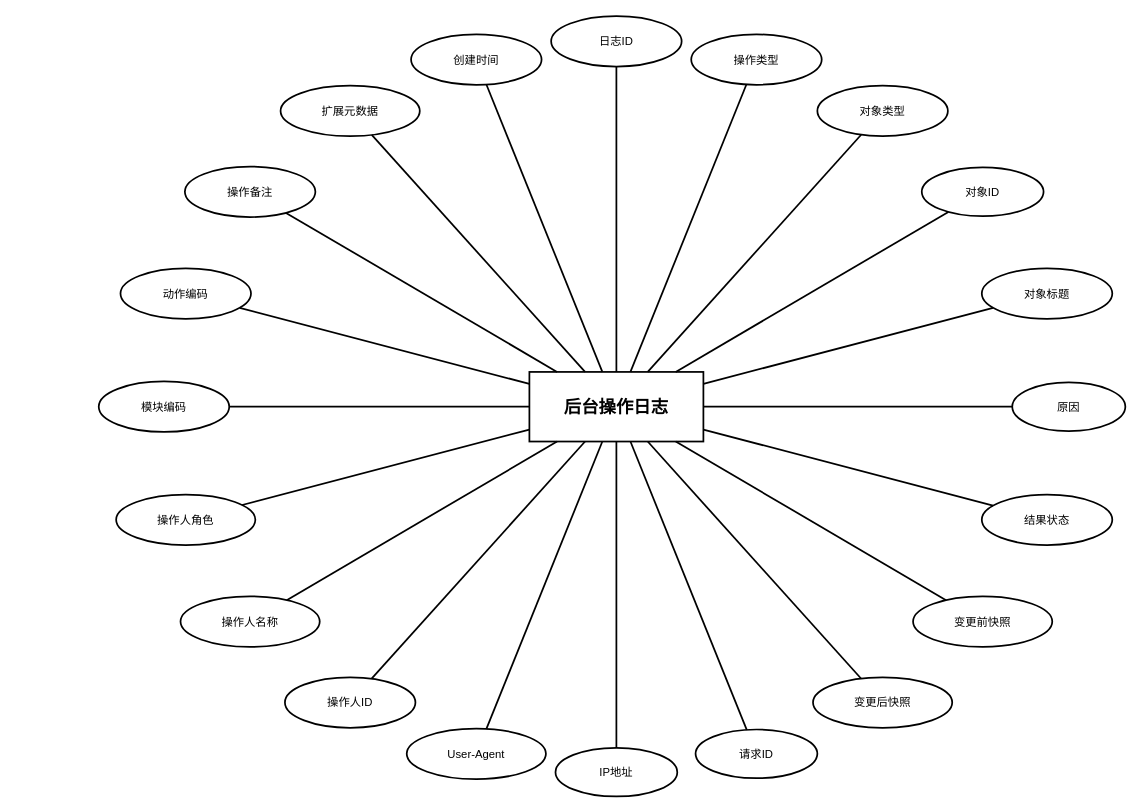
This is DOCS/thesis/figures/entity-diagrams/admin_operation_logs/admin_operation_logs_entity.drawio from 612cs/TrailQuest, a draw.io file, before an edit. Source tidied: cells renumbered, new cells numbered last; positions are measured from the earlier drawing's top-left corner, leaving out a move shared by most shapes. Both pictures are drawn from the tidied source at 87%, with x=0, y=0 at pixel (98, 16).
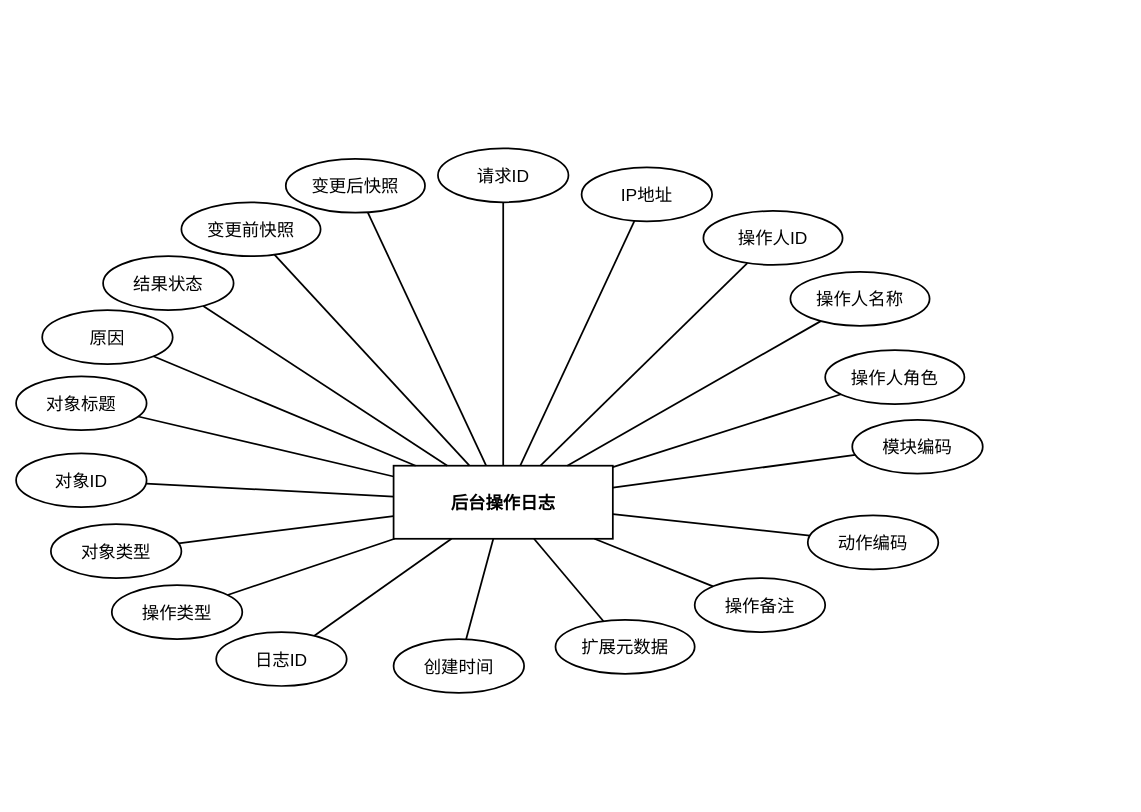
The same page after the edit.

The edit, as a diff of the source:
```diff
@@
-    <mxCell id="2" value="后台操作日志" style="rounded=0;whiteSpace=wrap;html=1;fillColor=#ffffff;strokeColor=#000000;fontColor=#000000;fontFamily=Arial;fontSize=20;fontStyle=1;align=center;verticalAlign=middle;strokeWidth=2;" parent="1" vertex="1">
-      <mxGeometry x="495" y="409" width="200" height="80" as="geometry" />
+    <mxCell id="2" value="后台操作日志" style="rounded=0;whiteSpace=wrap;html=1;fillColor=none;strokeColor=#000000;fontColor=#000000;fontFamily=Arial;fontSize=20;fontStyle=1;align=center;verticalAlign=middle;strokeWidth=2;gradientColor=none;shadow=0;glass=0;" parent="1" vertex="1">
+      <mxGeometry x="338.9" y="516.8" width="252" height="84" as="geometry" />
     </mxCell>
-    <mxCell id="3" value="日志ID" style="ellipse;whiteSpace=wrap;html=1;fillColor=#ffffff;strokeColor=#000000;fontColor=#000000;fontFamily=Arial;fontSize=13;align=center;verticalAlign=middle;strokeWidth=2;" parent="1" vertex="1">
-      <mxGeometry x="520" width="150" height="58" as="geometry" />
+    <mxCell id="3" value="日志ID" style="ellipse;whiteSpace=wrap;html=1;fillColor=none;strokeColor=#000000;fontColor=#000000;fontFamily=Arial;fontSize=20;align=center;verticalAlign=middle;strokeWidth=2;gradientColor=none;shadow=0;glass=0;" parent="1" vertex="1">
+      <mxGeometry x="135" y="708" width="150" height="62" as="geometry" />
     </mxCell>
-    <mxCell id="4" value="操作类型" style="ellipse;whiteSpace=wrap;html=1;fillColor=#ffffff;strokeColor=#000000;fontColor=#000000;fontFamily=Arial;fontSize=13;align=center;verticalAlign=middle;strokeWidth=2;" parent="1" vertex="1">
-      <mxGeometry x="681" y="21" width="150" height="58" as="geometry" />
+    <mxCell id="4" value="操作类型" style="ellipse;whiteSpace=wrap;html=1;fillColor=none;strokeColor=#000000;fontColor=#000000;fontFamily=Arial;fontSize=20;align=center;verticalAlign=middle;strokeWidth=2;gradientColor=none;shadow=0;glass=0;" parent="1" vertex="1">
+      <mxGeometry x="15" y="654" width="150" height="62" as="geometry" />
     </mxCell>
-    <mxCell id="5" value="对象类型" style="ellipse;whiteSpace=wrap;html=1;fillColor=#ffffff;strokeColor=#000000;fontColor=#000000;fontFamily=Arial;fontSize=13;align=center;verticalAlign=middle;strokeWidth=2;" parent="1" vertex="1">
-      <mxGeometry x="826" y="80" width="150" height="58" as="geometry" />
+    <mxCell id="5" value="对象类型" style="ellipse;whiteSpace=wrap;html=1;fillColor=none;strokeColor=#000000;fontColor=#000000;fontFamily=Arial;fontSize=20;align=center;verticalAlign=middle;strokeWidth=2;gradientColor=none;shadow=0;glass=0;" parent="1" vertex="1">
+      <mxGeometry x="-55" y="584" width="150" height="62" as="geometry" />
     </mxCell>
-    <mxCell id="6" value="对象ID" style="ellipse;whiteSpace=wrap;html=1;fillColor=#ffffff;strokeColor=#000000;fontColor=#000000;fontFamily=Arial;fontSize=13;align=center;verticalAlign=middle;strokeWidth=2;" parent="1" vertex="1">
-      <mxGeometry x="946" y="174" width="140" height="56" as="geometry" />
+    <mxCell id="6" value="对象ID" style="ellipse;whiteSpace=wrap;html=1;fillColor=none;strokeColor=#000000;fontColor=#000000;fontFamily=Arial;fontSize=20;align=center;verticalAlign=middle;strokeWidth=2;gradientColor=none;shadow=0;glass=0;" parent="1" vertex="1">
+      <mxGeometry x="-95" y="502.5" width="150" height="62" as="geometry" />
     </mxCell>
-    <mxCell id="7" value="对象标题" style="ellipse;whiteSpace=wrap;html=1;fillColor=#ffffff;strokeColor=#000000;fontColor=#000000;fontFamily=Arial;fontSize=13;align=center;verticalAlign=middle;strokeWidth=2;" parent="1" vertex="1">
-      <mxGeometry x="1015" y="290" width="150" height="58" as="geometry" />
+    <mxCell id="7" value="对象标题" style="ellipse;whiteSpace=wrap;html=1;fillColor=none;strokeColor=#000000;fontColor=#000000;fontFamily=Arial;fontSize=20;align=center;verticalAlign=middle;strokeWidth=2;gradientColor=none;shadow=0;glass=0;" parent="1" vertex="1">
+      <mxGeometry x="-95" y="414" width="150" height="62" as="geometry" />
     </mxCell>
-    <mxCell id="8" value="原因" style="ellipse;whiteSpace=wrap;html=1;fillColor=#ffffff;strokeColor=#000000;fontColor=#000000;fontFamily=Arial;fontSize=13;align=center;verticalAlign=middle;strokeWidth=2;" parent="1" vertex="1">
-      <mxGeometry x="1050" y="421" width="130" height="56" as="geometry" />
+    <mxCell id="8" value="原因" style="ellipse;whiteSpace=wrap;html=1;fillColor=none;strokeColor=#000000;fontColor=#000000;fontFamily=Arial;fontSize=20;align=center;verticalAlign=middle;strokeWidth=2;gradientColor=none;shadow=0;glass=0;" parent="1" vertex="1">
+      <mxGeometry x="-65" y="338" width="150" height="62" as="geometry" />
     </mxCell>
-    <mxCell id="9" value="结果状态" style="ellipse;whiteSpace=wrap;html=1;fillColor=#ffffff;strokeColor=#000000;fontColor=#000000;fontFamily=Arial;fontSize=13;align=center;verticalAlign=middle;strokeWidth=2;" parent="1" vertex="1">
-      <mxGeometry x="1015" y="550" width="150" height="58" as="geometry" />
+    <mxCell id="9" value="结果状态" style="ellipse;whiteSpace=wrap;html=1;fillColor=none;strokeColor=#000000;fontColor=#000000;fontFamily=Arial;fontSize=20;align=center;verticalAlign=middle;strokeWidth=2;gradientColor=none;shadow=0;glass=0;" parent="1" vertex="1">
+      <mxGeometry x="5" y="276" width="150" height="62" as="geometry" />
     </mxCell>
-    <mxCell id="10" value="变更前快照" style="ellipse;whiteSpace=wrap;html=1;fillColor=#ffffff;strokeColor=#000000;fontColor=#000000;fontFamily=Arial;fontSize=13;align=center;verticalAlign=middle;strokeWidth=2;" parent="1" vertex="1">
-      <mxGeometry x="936" y="667" width="160" height="58" as="geometry" />
+    <mxCell id="10" value="变更前快照" style="ellipse;whiteSpace=wrap;html=1;fillColor=none;strokeColor=#000000;fontColor=#000000;fontFamily=Arial;fontSize=20;align=center;verticalAlign=middle;strokeWidth=2;gradientColor=none;shadow=0;glass=0;" parent="1" vertex="1">
+      <mxGeometry x="95" y="214" width="160" height="62" as="geometry" />
     </mxCell>
-    <mxCell id="11" value="变更后快照" style="ellipse;whiteSpace=wrap;html=1;fillColor=#ffffff;strokeColor=#000000;fontColor=#000000;fontFamily=Arial;fontSize=13;align=center;verticalAlign=middle;strokeWidth=2;" parent="1" vertex="1">
-      <mxGeometry x="821" y="760" width="160" height="58" as="geometry" />
+    <mxCell id="11" value="变更后快照" style="ellipse;whiteSpace=wrap;html=1;fillColor=none;strokeColor=#000000;fontColor=#000000;fontFamily=Arial;fontSize=20;align=center;verticalAlign=middle;strokeWidth=2;gradientColor=none;shadow=0;glass=0;" parent="1" vertex="1">
+      <mxGeometry x="215" y="164" width="160" height="62" as="geometry" />
     </mxCell>
-    <mxCell id="12" value="请求ID" style="ellipse;whiteSpace=wrap;html=1;fillColor=#ffffff;strokeColor=#000000;fontColor=#000000;fontFamily=Arial;fontSize=13;align=center;verticalAlign=middle;strokeWidth=2;" parent="1" vertex="1">
-      <mxGeometry x="686" y="820" width="140" height="56" as="geometry" />
+    <mxCell id="12" value="请求ID" style="ellipse;whiteSpace=wrap;html=1;fillColor=none;strokeColor=#000000;fontColor=#000000;fontFamily=Arial;fontSize=20;align=center;verticalAlign=middle;strokeWidth=2;gradientColor=none;shadow=0;glass=0;" parent="1" vertex="1">
+      <mxGeometry x="389.9" y="152" width="150" height="62" as="geometry" />
     </mxCell>
-    <mxCell id="13" value="IP地址" style="ellipse;whiteSpace=wrap;html=1;fillColor=#ffffff;strokeColor=#000000;fontColor=#000000;fontFamily=Arial;fontSize=13;align=center;verticalAlign=middle;strokeWidth=2;" parent="1" vertex="1">
-      <mxGeometry x="525" y="841" width="140" height="56" as="geometry" />
+    <mxCell id="13" value="IP地址" style="ellipse;whiteSpace=wrap;html=1;fillColor=none;strokeColor=#000000;fontColor=#000000;fontFamily=Arial;fontSize=20;align=center;verticalAlign=middle;strokeWidth=2;gradientColor=none;shadow=0;glass=0;" parent="1" vertex="1">
+      <mxGeometry x="555" y="174" width="150" height="62" as="geometry" />
     </mxCell>
-    <mxCell id="14" value="User-Agent" style="ellipse;whiteSpace=wrap;html=1;fillColor=#ffffff;strokeColor=#000000;fontColor=#000000;fontFamily=Arial;fontSize=13;align=center;verticalAlign=middle;strokeWidth=2;" parent="1" vertex="1">
-      <mxGeometry x="354" y="819" width="160" height="58" as="geometry" />
-    </mxCell>
-    <mxCell id="15" value="操作人ID" style="ellipse;whiteSpace=wrap;html=1;fillColor=#ffffff;strokeColor=#000000;fontColor=#000000;fontFamily=Arial;fontSize=13;align=center;verticalAlign=middle;strokeWidth=2;" parent="1" vertex="1">
-      <mxGeometry x="214" y="760" width="150" height="58" as="geometry" />
+    <mxCell id="15" value="操作人ID" style="ellipse;whiteSpace=wrap;html=1;fillColor=none;strokeColor=#000000;fontColor=#000000;fontFamily=Arial;fontSize=20;align=center;verticalAlign=middle;strokeWidth=2;gradientColor=none;shadow=0;glass=0;" parent="1" vertex="1">
+      <mxGeometry x="695" y="224" width="160" height="62" as="geometry" />
     </mxCell>
-    <mxCell id="16" value="操作人名称" style="ellipse;whiteSpace=wrap;html=1;fillColor=#ffffff;strokeColor=#000000;fontColor=#000000;fontFamily=Arial;fontSize=13;align=center;verticalAlign=middle;strokeWidth=2;" parent="1" vertex="1">
-      <mxGeometry x="94" y="667" width="160" height="58" as="geometry" />
+    <mxCell id="16" value="操作人名称" style="ellipse;whiteSpace=wrap;html=1;fillColor=none;strokeColor=#000000;fontColor=#000000;fontFamily=Arial;fontSize=20;align=center;verticalAlign=middle;strokeWidth=2;gradientColor=none;shadow=0;glass=0;" parent="1" vertex="1">
+      <mxGeometry x="795" y="294" width="160" height="62" as="geometry" />
     </mxCell>
-    <mxCell id="17" value="操作人角色" style="ellipse;whiteSpace=wrap;html=1;fillColor=#ffffff;strokeColor=#000000;fontColor=#000000;fontFamily=Arial;fontSize=13;align=center;verticalAlign=middle;strokeWidth=2;" parent="1" vertex="1">
-      <mxGeometry x="20" y="550" width="160" height="58" as="geometry" />
+    <mxCell id="17" value="操作人角色" style="ellipse;whiteSpace=wrap;html=1;fillColor=none;strokeColor=#000000;fontColor=#000000;fontFamily=Arial;fontSize=20;align=center;verticalAlign=middle;strokeWidth=2;gradientColor=none;shadow=0;glass=0;" parent="1" vertex="1">
+      <mxGeometry x="835" y="384" width="160" height="62" as="geometry" />
     </mxCell>
-    <mxCell id="18" value="模块编码" style="ellipse;whiteSpace=wrap;html=1;fillColor=#ffffff;strokeColor=#000000;fontColor=#000000;fontFamily=Arial;fontSize=13;align=center;verticalAlign=middle;strokeWidth=2;" parent="1" vertex="1">
-      <mxGeometry y="420" width="150" height="58" as="geometry" />
+    <mxCell id="18" value="模块编码" style="ellipse;whiteSpace=wrap;html=1;fillColor=none;strokeColor=#000000;fontColor=#000000;fontFamily=Arial;fontSize=20;align=center;verticalAlign=middle;strokeWidth=2;gradientColor=none;shadow=0;glass=0;" parent="1" vertex="1">
+      <mxGeometry x="866.1" y="464" width="150" height="62" as="geometry" />
     </mxCell>
-    <mxCell id="19" value="动作编码" style="ellipse;whiteSpace=wrap;html=1;fillColor=#ffffff;strokeColor=#000000;fontColor=#000000;fontFamily=Arial;fontSize=13;align=center;verticalAlign=middle;strokeWidth=2;" parent="1" vertex="1">
-      <mxGeometry x="25" y="290" width="150" height="58" as="geometry" />
+    <mxCell id="19" value="动作编码" style="ellipse;whiteSpace=wrap;html=1;fillColor=none;strokeColor=#000000;fontColor=#000000;fontFamily=Arial;fontSize=20;align=center;verticalAlign=middle;strokeWidth=2;gradientColor=none;shadow=0;glass=0;" parent="1" vertex="1">
+      <mxGeometry x="815" y="574" width="150" height="62" as="geometry" />
     </mxCell>
-    <mxCell id="20" value="操作备注" style="ellipse;whiteSpace=wrap;html=1;fillColor=#ffffff;strokeColor=#000000;fontColor=#000000;fontFamily=Arial;fontSize=13;align=center;verticalAlign=middle;strokeWidth=2;" parent="1" vertex="1">
-      <mxGeometry x="99" y="173" width="150" height="58" as="geometry" />
+    <mxCell id="20" value="操作备注" style="ellipse;whiteSpace=wrap;html=1;fillColor=none;strokeColor=#000000;fontColor=#000000;fontFamily=Arial;fontSize=20;align=center;verticalAlign=middle;strokeWidth=2;gradientColor=none;shadow=0;glass=0;" parent="1" vertex="1">
+      <mxGeometry x="685" y="646" width="150" height="62" as="geometry" />
     </mxCell>
-    <mxCell id="21" value="扩展元数据" style="ellipse;whiteSpace=wrap;html=1;fillColor=#ffffff;strokeColor=#000000;fontColor=#000000;fontFamily=Arial;fontSize=13;align=center;verticalAlign=middle;strokeWidth=2;" parent="1" vertex="1">
-      <mxGeometry x="209" y="80" width="160" height="58" as="geometry" />
+    <mxCell id="21" value="扩展元数据" style="ellipse;whiteSpace=wrap;html=1;fillColor=none;strokeColor=#000000;fontColor=#000000;fontFamily=Arial;fontSize=20;align=center;verticalAlign=middle;strokeWidth=2;gradientColor=none;shadow=0;glass=0;" parent="1" vertex="1">
+      <mxGeometry x="525" y="694" width="160" height="62" as="geometry" />
     </mxCell>
-    <mxCell id="22" value="创建时间" style="ellipse;whiteSpace=wrap;html=1;fillColor=#ffffff;strokeColor=#000000;fontColor=#000000;fontFamily=Arial;fontSize=13;align=center;verticalAlign=middle;strokeWidth=2;" parent="1" vertex="1">
-      <mxGeometry x="359" y="21" width="150" height="58" as="geometry" />
+    <mxCell id="22" value="创建时间" style="ellipse;whiteSpace=wrap;html=1;fillColor=none;strokeColor=#000000;fontColor=#000000;fontFamily=Arial;fontSize=20;align=center;verticalAlign=middle;strokeWidth=2;gradientColor=none;shadow=0;glass=0;" parent="1" vertex="1">
+      <mxGeometry x="338.9" y="716" width="150" height="62" as="geometry" />
     </mxCell>
@@
-    <mxCell id="34" style="endArrow=none;html=1;rounded=0;strokeColor=#000000;strokeWidth=2;" parent="1" edge="1" source="2" target="14">
-      <mxGeometry relative="1" as="geometry" />
-    </mxCell>
```
